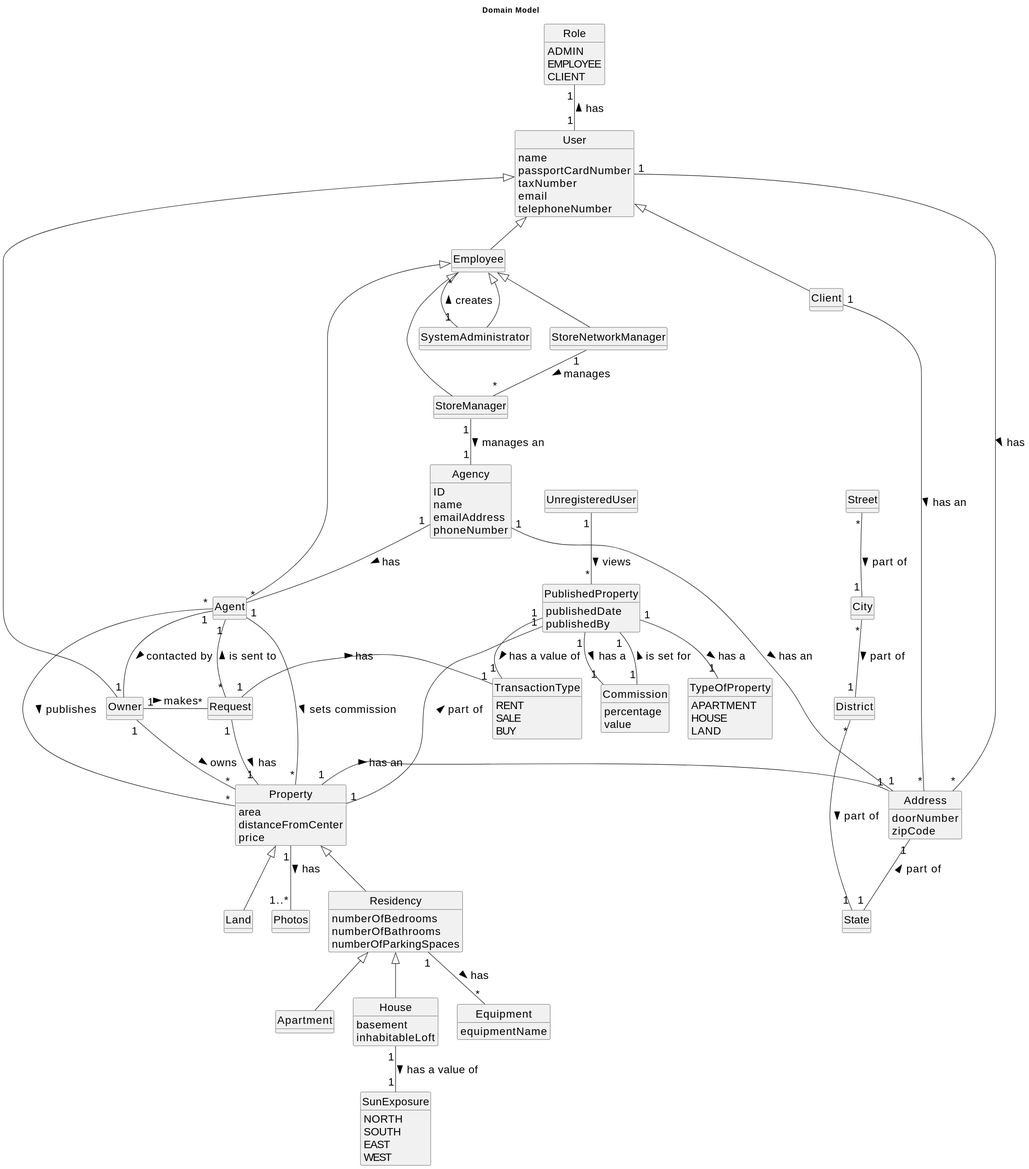
This is docs/sprintB/global-artifacts/02.analysis/svg/project-domain-model.svg from Goncalves2525/real-estate-management-system, a PlantUML export, as it was before one commit.
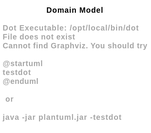
After the commit.

The edit, as a diff of the source:
```diff
@@ -42,7 +42,7 @@
     price
 }
 
-class Photos {
+class Photo {
 }
 
 class Address{
@@ -77,9 +77,10 @@
 
 }
 
-class PublishedProperty{
+class Announcement{
     publishedDate
     publishedBy
+    isPublished
 }
 
 class Commission{
@@ -104,6 +105,8 @@
 ADMIN
 EMPLOYEE
 CLIENT
+STORE_NETWORK_MANAGER
+STORE_MANAGER
 }
 
 class SystemAdministrator extends Employee{
@@ -131,37 +134,35 @@
 class UnregisteredUser{
 }
 
-class Request{
-}
 
-PublishedProperty "1" -- "1" TypeOfProperty: has a >
+Agent "1" -- "1" Announcement: publishes >
+Announcement "1" -- "1" TypeOfProperty: has >
 StoreNetworkManager "1" -- "*" StoreManager: manages >
 Agency "1" -- "*" Agent: has >
 SystemAdministrator "1" -- "*" Employee: creates >
 Role "1" -- "1" User: has <
 Agent "1" -- "1" Owner : contacted by >
-Agent "*" - "*" Property: publishes >
 Agent "1" - "*" Property: sets commission >
 Owner "1" -- "*" Property: owns >
-Owner "1" - "*" Request: makes >
-Request "*" -- "1" Agent: is sent to >
-Request "1" - "1" Property: has >
-Request "1" - "1" TransactionType: has >
-Address "1" -- "1" State : part of <
+Owner "1" - "*" Announcement: makes >
+Announcement "*" -- "1" Agent: requested to >
+Announcement "1" - "1" Property: has >
+Announcement "1" - "1" TransactionType: has >
+Address "1" -- "1" State : has >
 City "*" -- "1" District : part of >
 Street "*" -- "1" City : part of >
 District "*" --- "1" State : part of >
-Client "1" -- "*" Address: has an >
-Property "1" -- "1..*" Photos: has >
-PublishedProperty "1" -- "1" Commission: is set for <
+Client "1" -- "*" Address: has >
+Announcement "1" -- "1..*" Photo: has >
+Announcement "1" -- "1" Commission: set for <
 Residency "1" -- "*" Equipment: has >
-PublishedProperty "1" -- "1" Property: part of <
+Announcement "1" -- "1" Property: part of <
 User "1" -- "*" Address: has >
-Property "1" - "1" Address: has an >
-PublishedProperty "1" -- "1" Commission : has a >
-StoreManager "1" -- "1" Agency: manages an >
-House "1" -- "1" SunExposure: has a value of >
-PublishedProperty "1" -- "1" TransactionType: has a value of >
-Agency "1" -- "1" Address: has an >
-UnregisteredUser "1" -- "*" PublishedProperty: views >
+Property "1" - "1" Address: has >
+Announcement "1" -- "1" Commission : has >
+StoreManager "1" -- "1" Agency: manages >
+House "1" -- "1" SunExposure: has >
+Announcement "1" -- "1" TransactionType: has >
+Agency "1" -- "1" Address: has >
+UnregisteredUser "1" -- "*" Announcement: views >
 @enduml
```
